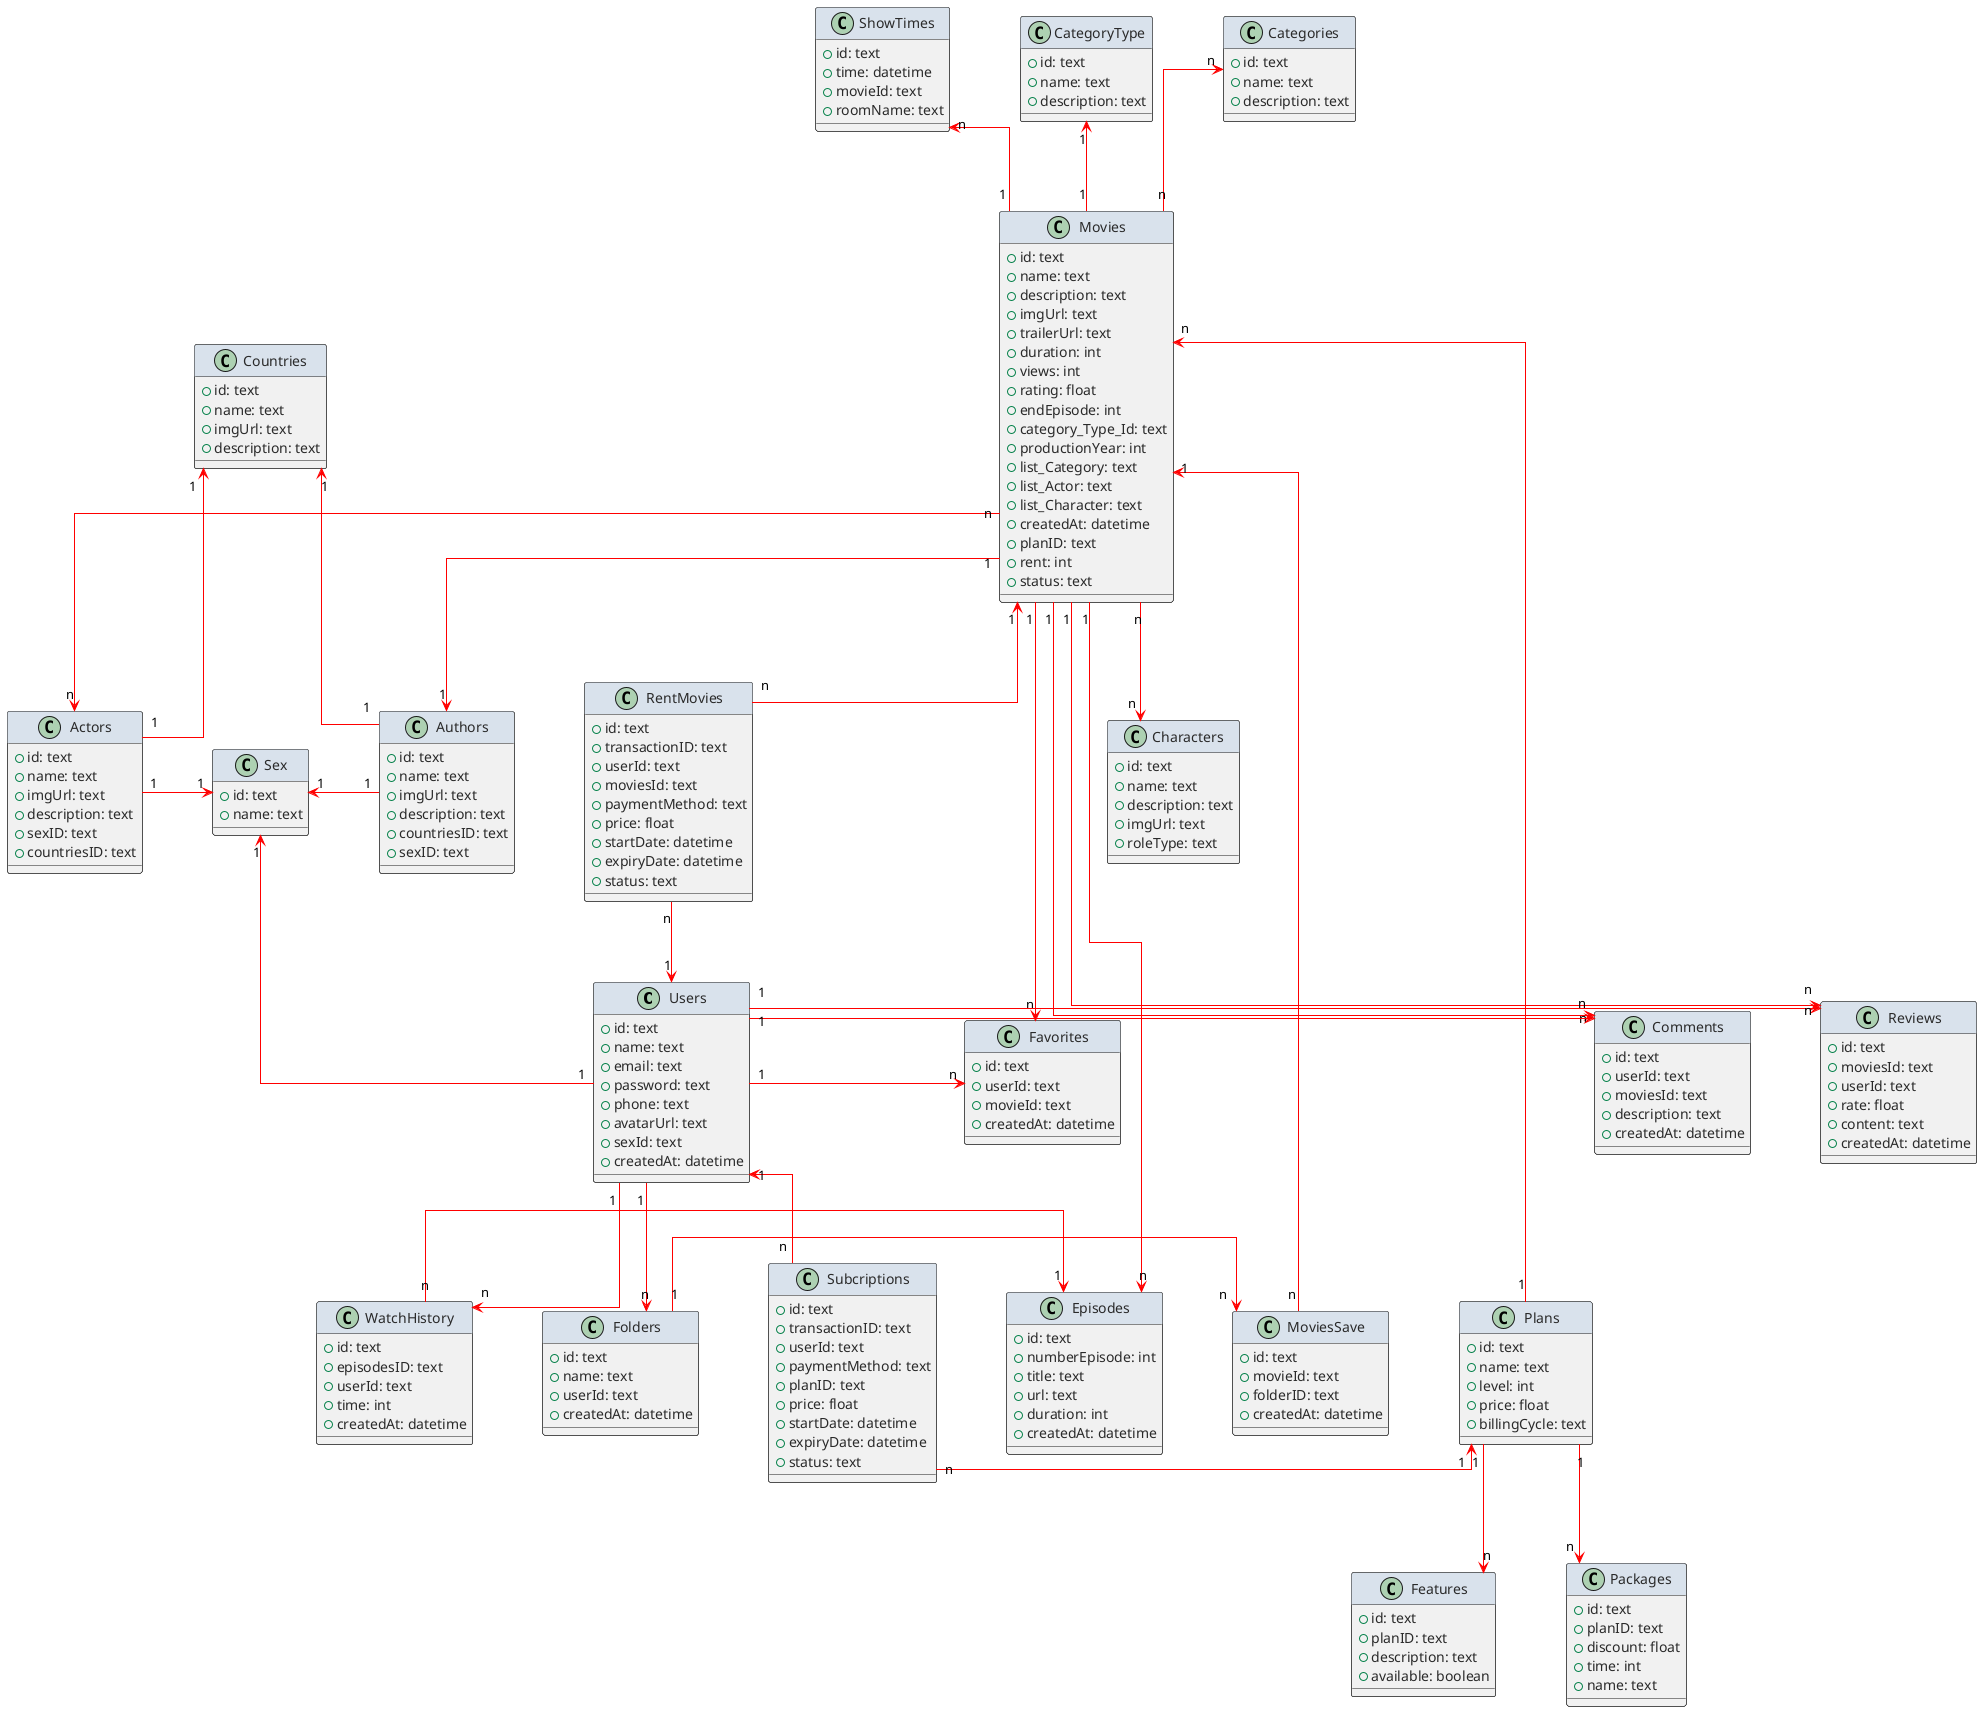
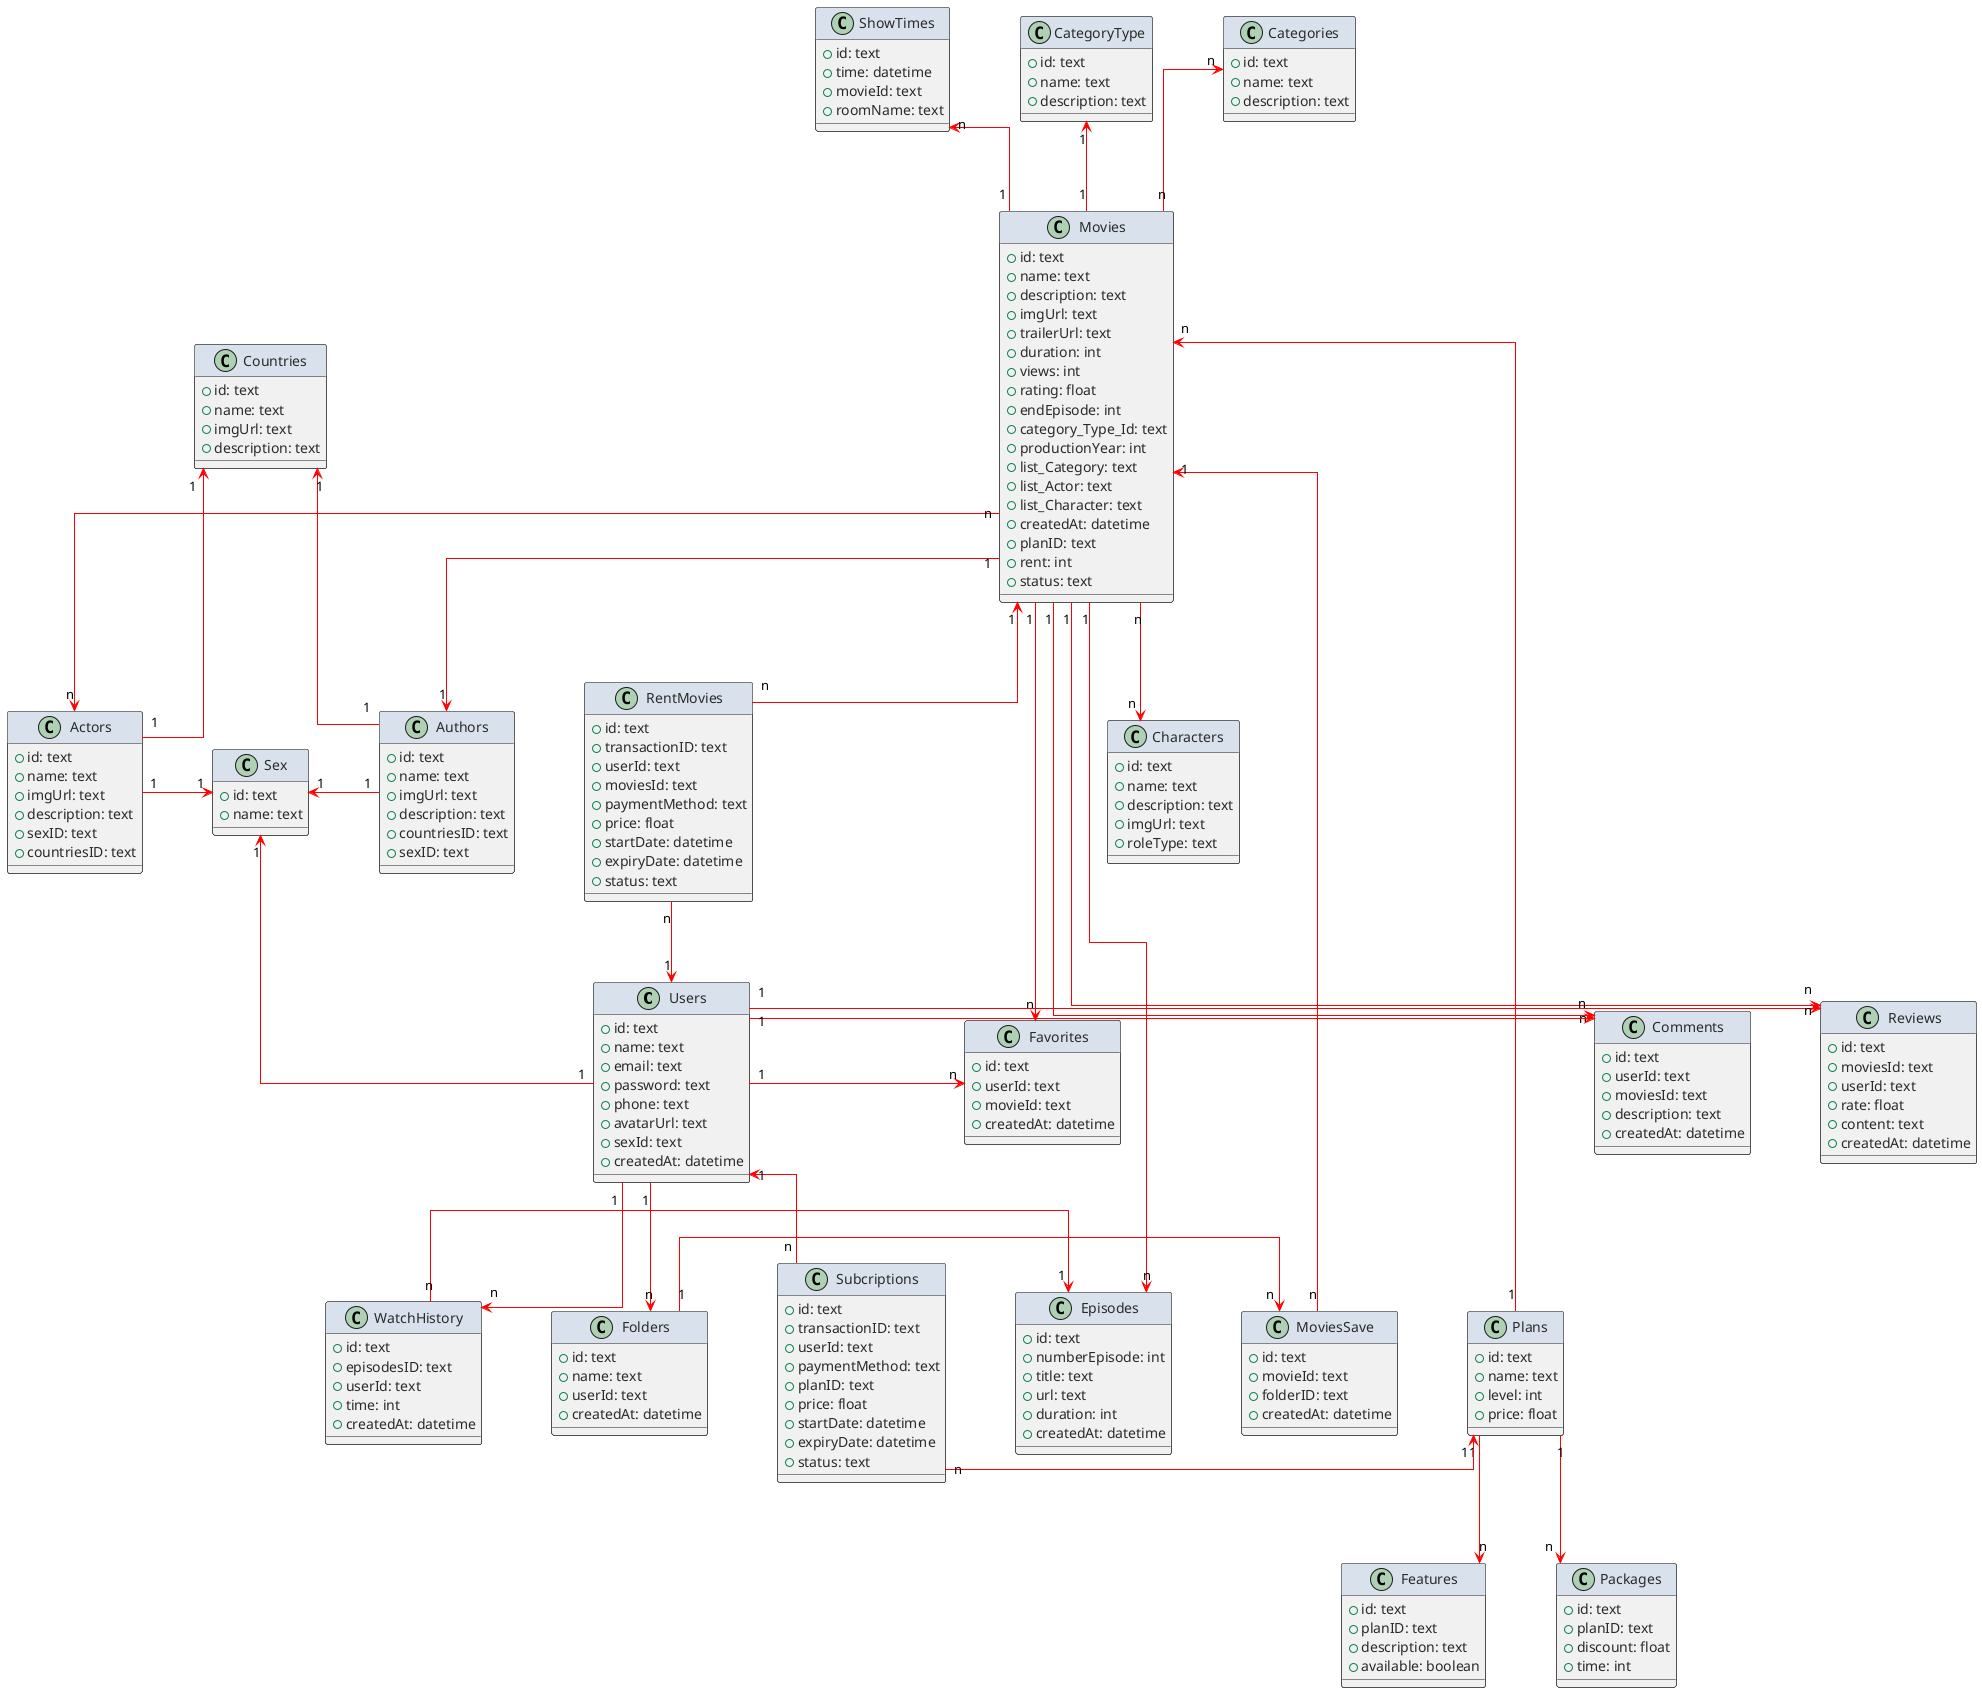
@startuml


skinparam class {
    FontColor #1A1A1A
    AttributeFontColor #2A2A2A
    AttributeIconSize 12
    HeaderBackgroundColor #D9E2EC
}
skinparam arrowColor #ff0000
skinparam nodesep 70
skinparam ranksep 80
skinparam linetype ortho

class Users {
    + id: text
    + name: text
    + email: text
    + password: text
    + phone: text
    + avatarUrl: text
    + sexId: text
    + createdAt: datetime
}

class Favorites {
    + id: text
    + userId: text
    + movieId: text
    + createdAt: datetime
}

class Folders {
    + id: text
    + name: text
    + userId: text
    + createdAt: datetime
}

class MoviesSave {
    + id: text
    + movieId: text
    + folderID: text
    + createdAt: datetime
}

class WatchHistory {
    + id: text
    + episodesID: text
    + userId: text
    + time: int
    + createdAt: datetime
}

class Movies {
    + id: text
    + name: text
    + description: text
    + imgUrl: text
    + trailerUrl: text
    + duration: int
    + views: int
    + rating: float
    + endEpisode: int
    + category_Type_Id: text
    + productionYear: int
    + list_Category: text
    + list_Actor: text
    + list_Character: text
    + createdAt: datetime
    + planID: text
    + rent: int
    + status: text
}

class Episodes {
    + id: text
    + numberEpisode: int
    + title: text
    + url: text
    + duration: int
    + createdAt: datetime
}

class ShowTimes {
    + id: text
    + time: datetime
    + movieId: text
    + roomName: text
}

class Categories {
    + id: text
    + name: text
    + description: text
}

class CategoryType {
    + id: text
    + name: text
    + description: text
}

class Actors {
    + id: text
    + name: text
    + imgUrl: text
    + description: text
    + sexID: text
    + countriesID: text
}

class Authors {
    + id: text
    + name: text
    + imgUrl: text
    + description: text
    + countriesID: text
    + sexID: text
}

class Characters {
    + id: text
    + name: text
    + description: text
    + imgUrl: text
    + roleType: text
}

class Reviews {
    + id: text
    + moviesId: text
    + userId: text
    + rate: float
    + content: text
    + createdAt: datetime
}

class Comments {
    + id: text
    + userId: text
    + moviesId: text
    + description: text
    + createdAt: datetime
}

class RentMovies {
    + id: text
    + transactionID: text
    + userId: text
    + moviesId: text
    + paymentMethod: text
    + price: float
    + startDate: datetime
    + expiryDate: datetime
    + status: text
}

class Subcriptions {
    + id: text
    + transactionID: text
    + userId: text
    + paymentMethod: text
    + planID: text
    + price: float
    + startDate: datetime
    + expiryDate: datetime
    + status: text
}

class Plans {
    + id: text
    + name: text
    + level: int
    + price: float
-     + billingCycle: text
}

class Features {
    + id: text
    + planID: text
    + description: text
    + available: boolean
}

class Packages {
    + id: text
    + planID: text
    + discount: float
    + time: int
-     + name: text
}

class Countries {
    + id: text
    + name: text
    + imgUrl: text
    + description: text
}

class Sex {
    + id: text
    + name: text
}

Movies "1" -down-> "n" Favorites
Movies "n" -down-> "n" Actors
Movies "1" -down-> "1" Authors
Movies "1" -right-> "n" Episodes
Movies "n" -down-> "n" Characters
Movies "n" -up-> "n" Categories
Movies "1" -left-> "n" Reviews
Movies "1" -left-> "n" Comments
Movies "1" -up-> "1" CategoryType
Movies "1" -up-> "n" ShowTimes

Actors "1" -right-> "1" Sex
Authors "1" -left-> "1" Sex
Users "1" -up-> "1" Sex
Actors "1" -up-> "1" Countries
Authors "1" -up-> "1" Countries

Users "1" -right-> "n" Favorites
Users "1" -right-> "n" Comments
Users "1" -right-> "n" Reviews
Users "1" -down-> "n" Folders
Users "1" -down-> "n" WatchHistory

Folders "1" -right-> "n" MoviesSave
WatchHistory "n" -right-> "1" Episodes

Plans "1" -down-> "n" Features
Plans "1" -down-> "n" Packages
Plans "1" -left-> "n" Movies

RentMovies "n" -down-> "1" Users
RentMovies "n" -up-> "1" Movies

Subcriptions "n" -up-> "1" Users
Subcriptions "n" -right-> "1" Plans

MoviesSave "n" -up-> "1" Movies

@enduml